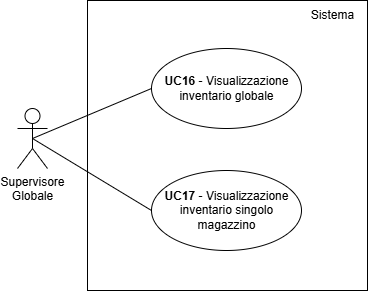
The draw.io diagram documents/rtb/assets/UC16.png in teamcodealchemists/docs, before a commit. Source tidied: cells renumbered, new cells last; positions are measured from the earlier drawing's top-left corner, leaving out a move shared by most shapes.
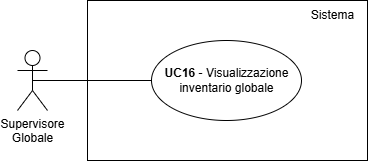
The same diagram one commit later.

The edit, as a diff of the source:
```diff
@@ -3,31 +3,22 @@
     <mxCell id="0" />
     <mxCell id="1" parent="0" />
     <mxCell id="2" value="Supervisore&lt;div&gt;Globale&lt;/div&gt;" style="shape=umlActor;verticalLabelPosition=bottom;verticalAlign=top;html=1;outlineConnect=0;" parent="1" vertex="1">
-      <mxGeometry y="108" width="30" height="60" as="geometry" />
+      <mxGeometry y="50" width="30" height="60" as="geometry" />
     </mxCell>
     <mxCell id="3" style="rounded=0;whiteSpace=wrap;html=1;" parent="1" vertex="1">
-      <mxGeometry x="70" width="280" height="290" as="geometry" />
+      <mxGeometry x="70" width="280" height="160" as="geometry" />
     </mxCell>
     <mxCell id="4" style="ellipse;whiteSpace=wrap;html=1;fontStyle=1;" parent="1" vertex="1">
-      <mxGeometry x="134" y="48" width="150" height="80" as="geometry" />
+      <mxGeometry x="134" y="40" width="150" height="80" as="geometry" />
     </mxCell>
     <mxCell id="5" value="&lt;b&gt;UC16&amp;nbsp;&lt;/b&gt;- Visualizzazione&lt;div&gt;inventario globale&lt;/div&gt;" style="text;html=1;align=center;verticalAlign=middle;strokeColor=none;fillColor=none;" parent="1" vertex="1">
-      <mxGeometry x="134" y="68" width="150" height="40" as="geometry" />
+      <mxGeometry x="134" y="60" width="150" height="40" as="geometry" />
     </mxCell>
     <mxCell id="6" style="endArrow=none;html=1;rounded=0;entryX=0;entryY=0.5;entryDx=0;entryDy=0;exitX=0.5;exitY=0.5;exitDx=0;exitDy=0;exitPerimeter=0;" parent="1" edge="1" source="2" target="4">
       <mxGeometry relative="1" as="geometry" />
     </mxCell>
-    <mxCell id="7" style="ellipse;whiteSpace=wrap;html=1;fontStyle=1;" parent="1" vertex="1">
-      <mxGeometry x="134" y="170" width="150" height="80" as="geometry" />
-    </mxCell>
-    <mxCell id="8" value="&lt;b&gt;UC17&amp;nbsp;&lt;/b&gt;- Visualizzazione&lt;div&gt;inventario&amp;nbsp;&lt;span style=&quot;background-color: transparent; color: light-dark(rgb(0, 0, 0), rgb(255, 255, 255));&quot;&gt;singolo&lt;/span&gt;&lt;/div&gt;&lt;div&gt;&lt;span style=&quot;background-color: transparent; color: light-dark(rgb(0, 0, 0), rgb(255, 255, 255));&quot;&gt;magazzino&lt;/span&gt;&lt;/div&gt;" style="text;html=1;align=center;verticalAlign=middle;strokeColor=none;fillColor=none;" parent="1" vertex="1">
-      <mxGeometry x="134" y="180" width="150" height="60" as="geometry" />
-    </mxCell>
     <mxCell id="9" value="Sistema" style="text;html=1;align=center;verticalAlign=middle;strokeColor=none;fillColor=none;" parent="1" vertex="1">
       <mxGeometry x="280" width="70" height="30" as="geometry" />
     </mxCell>
-    <mxCell id="10" style="endArrow=none;html=1;rounded=0;exitX=0.5;exitY=0.5;exitDx=0;exitDy=0;exitPerimeter=0;entryX=0;entryY=0.5;entryDx=0;entryDy=0;" parent="1" edge="1" source="2" target="7">
-      <mxGeometry relative="1" as="geometry" />
-    </mxCell>
   </root>
 </mxGraphModel>
```
